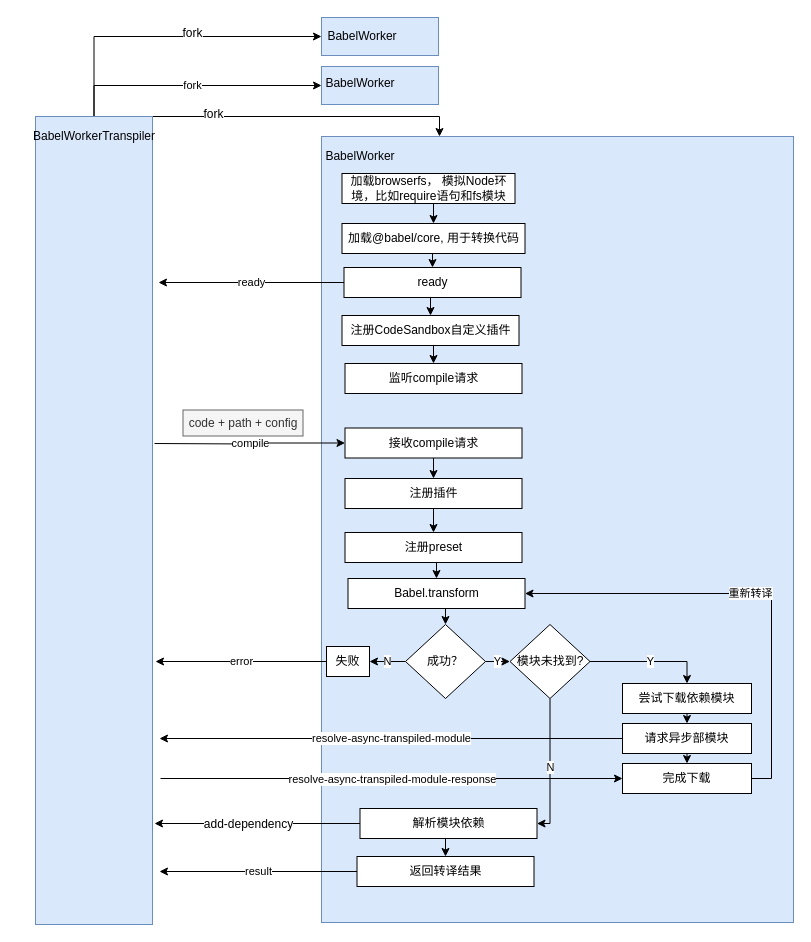
Earlier version of the draw.io diagram page "BabelWorker" (9 of 11) of source/_posts/drawio/codesandbox.drawio (ivan-94/bobi.ink). Source tidied: cells renumbered, new cells numbered last; positions are measured from the earlier drawing's top-left corner, leaving out a move shared by most shapes. Both pictures are drawn from the tidied source at 100%, with x=0, y=0 at pixel (35, 17).
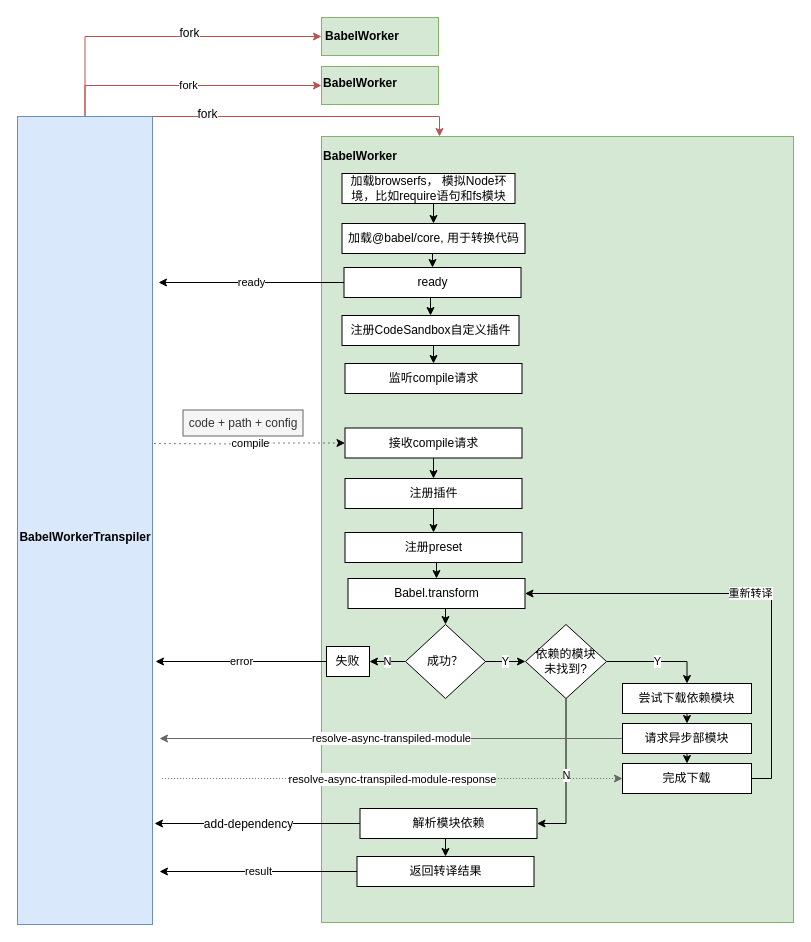
The same page after the edit.

The change refers to these unchanged cells:
```xml
<mxCell id="26" value="接收compile请求" style="rounded=0;whiteSpace=wrap;html=1;" parent="1" vertex="1">
  <mxGeometry x="309.5" y="410.5" width="177" height="30" as="geometry" />
</mxCell>
<mxCell id="43" value="解析模块依赖" style="rounded=0;whiteSpace=wrap;html=1;" parent="1" vertex="1">
  <mxGeometry x="324.5" y="791" width="177" height="30" as="geometry" />
</mxCell>
<mxCell id="55" value="请求异步部模块" style="rounded=0;whiteSpace=wrap;html=1;" parent="1" vertex="1">
  <mxGeometry x="587" y="706" width="129" height="30" as="geometry" />
</mxCell>
<mxCell id="57" value="完成下载" style="rounded=0;whiteSpace=wrap;html=1;" parent="1" vertex="1">
  <mxGeometry x="587" y="746" width="129" height="30" as="geometry" />
</mxCell>
```

The edit, as a diff of the source:
```diff
@@
-    <mxCell id="2" value="fork" style="edgeStyle=orthogonalEdgeStyle;rounded=0;jettySize=auto;html=1;exitX=0.5;exitY=0;exitDx=0;exitDy=0;entryX=0;entryY=0.5;entryDx=0;entryDy=0;startArrow=none;startFill=0;endArrow=classic;endFill=1;" parent="1" edge="1" source="7" target="13">
+    <mxCell id="2" value="fork" style="edgeStyle=orthogonalEdgeStyle;rounded=0;jettySize=auto;html=1;exitX=0.5;exitY=0;exitDx=0;exitDy=0;entryX=0;entryY=0.5;entryDx=0;entryDy=0;startArrow=none;startFill=0;endArrow=classic;endFill=1;fillColor=#f8cecc;strokeColor=#b85450;" parent="1" edge="1" source="7" target="13">
       <mxGeometry relative="1" as="geometry" />
     </mxCell>
-    <mxCell id="3" style="edgeStyle=orthogonalEdgeStyle;rounded=0;jettySize=auto;html=1;exitX=0.5;exitY=0;exitDx=0;exitDy=0;entryX=0;entryY=0.5;entryDx=0;entryDy=0;startArrow=none;startFill=0;endArrow=classic;endFill=1;" parent="1" edge="1" source="7" target="11">
+    <mxCell id="3" style="edgeStyle=orthogonalEdgeStyle;rounded=0;jettySize=auto;html=1;exitX=0.5;exitY=0;exitDx=0;exitDy=0;entryX=0;entryY=0.5;entryDx=0;entryDy=0;startArrow=none;startFill=0;endArrow=classic;endFill=1;fillColor=#f8cecc;strokeColor=#b85450;" parent="1" edge="1" source="7" target="11">
       <mxGeometry relative="1" as="geometry" />
     </mxCell>
@@
-    <mxCell id="5" style="edgeStyle=orthogonalEdgeStyle;rounded=0;jettySize=auto;html=1;exitX=0.5;exitY=0;exitDx=0;exitDy=0;entryX=0.25;entryY=0;entryDx=0;entryDy=0;startArrow=none;startFill=0;endArrow=classic;endFill=1;" parent="1" edge="1" source="7" target="9">
+    <mxCell id="5" style="edgeStyle=orthogonalEdgeStyle;rounded=0;jettySize=auto;html=1;exitX=0.5;exitY=0;exitDx=0;exitDy=0;entryX=0.25;entryY=0;entryDx=0;entryDy=0;startArrow=none;startFill=0;endArrow=classic;endFill=1;fillColor=#f8cecc;strokeColor=#b85450;" parent="1" edge="1" source="7" target="9">
       <mxGeometry relative="1" as="geometry">
         <Array as="points">
           <mxPoint x="404" y="99" />
         </Array>
       </mxGeometry>
     </mxCell>
@@
     <mxCell id="7" style="rounded=0;whiteSpace=wrap;html=1;fillColor=#dae8fc;strokeColor=#6c8ebf;" parent="1" vertex="1">
-      <mxGeometry y="99" width="117" height="808" as="geometry" />
+      <mxGeometry x="-18" y="99" width="135" height="808" as="geometry" />
     </mxCell>
-    <mxCell id="8" value="BabelWorkerTranspiler" style="text;html=1;strokeColor=none;fillColor=none;align=center;verticalAlign=middle;whiteSpace=wrap;rounded=0;" parent="1" vertex="1">
-      <mxGeometry x="38.5" y="109" width="40" height="20" as="geometry" />
+    <mxCell id="8" value="&lt;b&gt;BabelWorkerTranspiler&lt;/b&gt;" style="text;html=1;strokeColor=none;fillColor=none;align=center;verticalAlign=middle;whiteSpace=wrap;rounded=0;" parent="1" vertex="1">
+      <mxGeometry x="29.5" y="510" width="40" height="20" as="geometry" />
     </mxCell>
-    <mxCell id="9" style="rounded=0;whiteSpace=wrap;html=1;fillColor=#dae8fc;strokeColor=#6c8ebf;" parent="1" vertex="1">
+    <mxCell id="9" style="rounded=0;whiteSpace=wrap;html=1;fillColor=#d5e8d4;strokeColor=#82b366;" parent="1" vertex="1">
       <mxGeometry x="286" y="119" width="472" height="786" as="geometry" />
     </mxCell>
-    <mxCell id="10" value="BabelWorker" style="text;html=1;strokeColor=none;fillColor=none;align=center;verticalAlign=middle;whiteSpace=wrap;rounded=0;" parent="1" vertex="1">
+    <mxCell id="10" value="&lt;b&gt;BabelWorker&lt;/b&gt;" style="text;html=1;strokeColor=none;fillColor=none;align=center;verticalAlign=middle;whiteSpace=wrap;rounded=0;" parent="1" vertex="1">
       <mxGeometry x="304.5" y="129" width="40" height="20" as="geometry" />
     </mxCell>
-    <mxCell id="11" style="rounded=0;whiteSpace=wrap;html=1;fillColor=#dae8fc;strokeColor=#6c8ebf;" parent="1" vertex="1">
+    <mxCell id="11" style="rounded=0;whiteSpace=wrap;html=1;fillColor=#d5e8d4;strokeColor=#82b366;" parent="1" vertex="1">
       <mxGeometry x="286" width="117" height="38" as="geometry" />
     </mxCell>
-    <mxCell id="12" value="BabelWorker" style="text;html=1;strokeColor=none;fillColor=none;align=center;verticalAlign=middle;whiteSpace=wrap;rounded=0;" parent="1" vertex="1">
+    <mxCell id="12" value="&lt;b&gt;BabelWorker&lt;/b&gt;" style="text;html=1;strokeColor=none;fillColor=none;align=center;verticalAlign=middle;whiteSpace=wrap;rounded=0;" parent="1" vertex="1">
       <mxGeometry x="306.5" y="9" width="40" height="20" as="geometry" />
     </mxCell>
-    <mxCell id="13" style="rounded=0;whiteSpace=wrap;html=1;fillColor=#dae8fc;strokeColor=#6c8ebf;" parent="1" vertex="1">
+    <mxCell id="13" style="rounded=0;whiteSpace=wrap;html=1;fillColor=#d5e8d4;strokeColor=#82b366;" parent="1" vertex="1">
       <mxGeometry x="286" y="49" width="117" height="38" as="geometry" />
     </mxCell>
-    <mxCell id="14" value="BabelWorker" style="text;html=1;strokeColor=none;fillColor=none;align=center;verticalAlign=middle;whiteSpace=wrap;rounded=0;" parent="1" vertex="1">
+    <mxCell id="14" value="&lt;b&gt;BabelWorker&lt;/b&gt;" style="text;html=1;strokeColor=none;fillColor=none;align=center;verticalAlign=middle;whiteSpace=wrap;rounded=0;" parent="1" vertex="1">
       <mxGeometry x="304.5" y="56" width="40" height="20" as="geometry" />
     </mxCell>
@@
-    <mxCell id="27" value="compile" style="edgeStyle=orthogonalEdgeStyle;rounded=0;jettySize=auto;html=1;entryX=0;entryY=0.5;entryDx=0;entryDy=0;startArrow=none;startFill=0;endArrow=classic;endFill=1;" parent="1" edge="1" target="26">
+    <mxCell id="27" value="compile" style="edgeStyle=orthogonalEdgeStyle;rounded=0;jettySize=auto;html=1;entryX=0;entryY=0.5;entryDx=0;entryDy=0;startArrow=none;startFill=0;endArrow=classic;endFill=1;dashed=1;dashPattern=1 4;" parent="1" edge="1" target="26">
       <mxGeometry relative="1" as="geometry">
         <mxPoint x="119" y="426" as="sourcePoint" />
       </mxGeometry>
     </mxCell>
@@
     <mxCell id="47" value="N" style="edgeStyle=orthogonalEdgeStyle;rounded=0;jettySize=auto;html=1;exitX=0.5;exitY=1;exitDx=0;exitDy=0;entryX=1;entryY=0.5;entryDx=0;entryDy=0;startArrow=none;startFill=0;endArrow=classic;endFill=1;" parent="1" edge="1" source="48" target="43">
       <mxGeometry relative="1" as="geometry">
         <Array as="points">
-          <mxPoint x="515" y="806" />
+          <mxPoint x="530" y="806" />
         </Array>
       </mxGeometry>
     </mxCell>
-    <mxCell id="48" value="模块未找到?" style="rhombus;whiteSpace=wrap;html=1;" parent="1" vertex="1">
-      <mxGeometry x="474.5" y="607" width="80" height="74" as="geometry" />
+    <mxCell id="48" value="依赖的模块&lt;br&gt;未找到?" style="rhombus;whiteSpace=wrap;html=1;" parent="1" vertex="1">
+      <mxGeometry x="490" y="607" width="81" height="74" as="geometry" />
     </mxCell>
@@
-    <mxCell id="53" value="resolve-async-transpiled-module" style="edgeStyle=orthogonalEdgeStyle;rounded=0;jettySize=auto;html=1;exitX=0;exitY=0.5;exitDx=0;exitDy=0;startArrow=none;startFill=0;endArrow=classic;endFill=1;" parent="1" edge="1" source="55">
+    <mxCell id="53" value="resolve-async-transpiled-module" style="edgeStyle=orthogonalEdgeStyle;rounded=0;jettySize=auto;html=1;exitX=0;exitY=0.5;exitDx=0;exitDy=0;startArrow=none;startFill=0;endArrow=classic;endFill=1;fillColor=#f5f5f5;strokeColor=#666666;" parent="1" edge="1" source="55">
       <mxGeometry relative="1" as="geometry">
         <mxPoint x="124" y="721" as="targetPoint" />
       </mxGeometry>
     </mxCell>
@@
-    <mxCell id="56" value="resolve-async-transpiled-module-response" style="edgeStyle=orthogonalEdgeStyle;rounded=0;jettySize=auto;html=1;exitX=0;exitY=0.5;exitDx=0;exitDy=0;startArrow=classic;startFill=1;endArrow=none;endFill=0;" parent="1" edge="1" source="57">
+    <mxCell id="56" value="resolve-async-transpiled-module-response" style="edgeStyle=orthogonalEdgeStyle;rounded=0;jettySize=auto;html=1;exitX=0;exitY=0.5;exitDx=0;exitDy=0;startArrow=classic;startFill=1;endArrow=none;endFill=0;fillColor=#f5f5f5;strokeColor=#666666;dashed=1;dashPattern=1 2;" parent="1" edge="1" source="57">
       <mxGeometry relative="1" as="geometry">
         <mxPoint x="125" y="761" as="targetPoint" />
       </mxGeometry>
     </mxCell>
```
